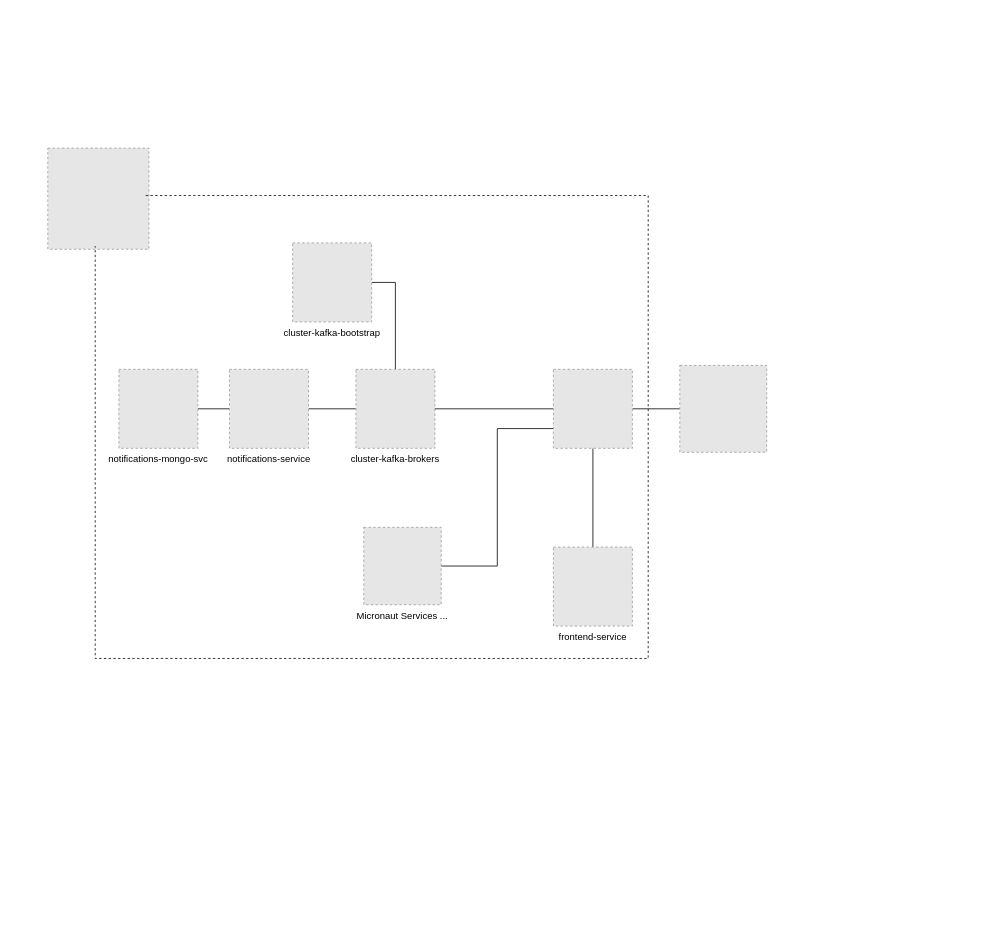
Above: page "Global Structure Service" (3 of 4) of resources/schema.drawio in zucchero-sintattico/piper-kt (draw.io), before the change. Source tidied: cells renumbered, new cells numbered last; positions are measured from the earlier drawing's top-left corner, leaving out a move shared by most shapes. Both pictures are drawn from the tidied source at 79%, with x=0, y=0 at pixel (47, 148). Pictures stored in the file or linked from it are replaced by grey dashed boxes.
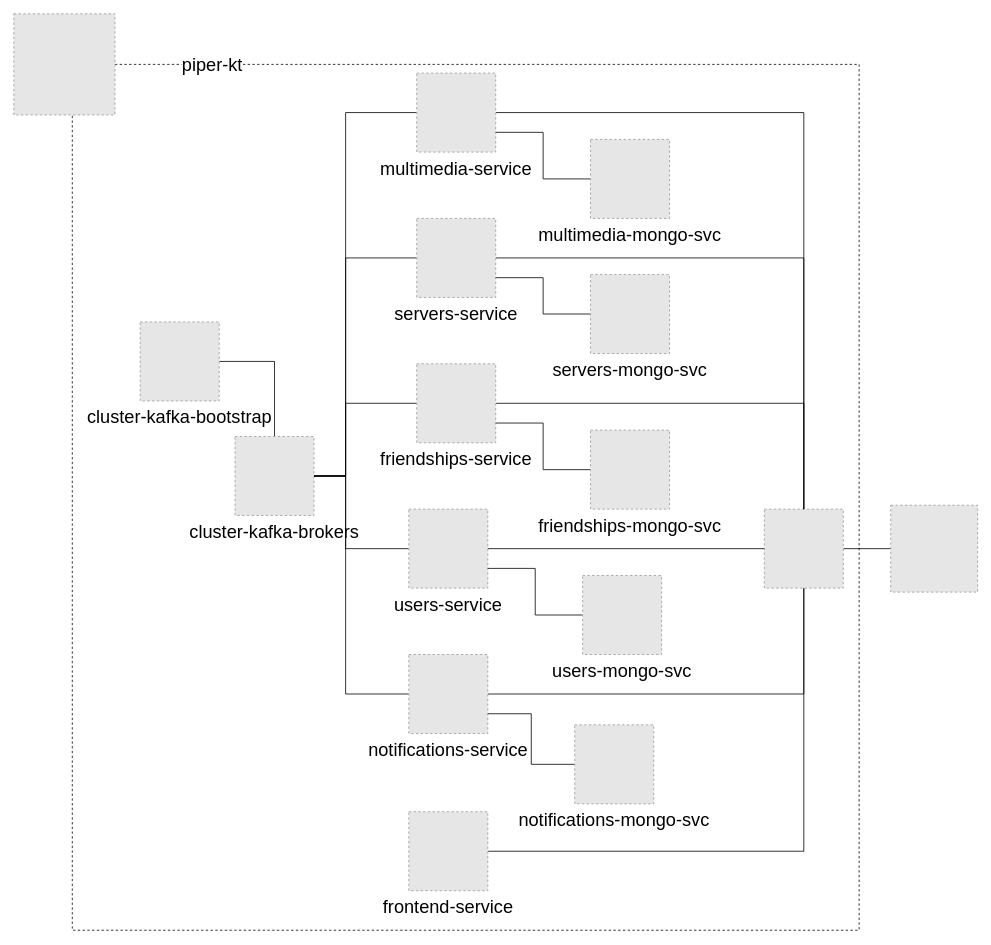
The same diagram, later.

Diff of the diagram source:
```diff
@@
-    <mxCell id="2" style="edgeStyle=orthogonalEdgeStyle;rounded=0;jettySize=auto;html=1;exitX=1;exitY=0.5;exitDx=0;exitDy=0;endArrow=none;endFill=0;" parent="1" edge="1" source="4" target="7">
-      <mxGeometry relative="1" as="geometry" />
+    <mxCell id="2" style="edgeStyle=orthogonalEdgeStyle;rounded=0;jettySize=auto;html=1;exitX=0;exitY=0.5;exitDx=0;exitDy=0;endArrow=none;endFill=0;fontSize=23;" parent="1" edge="1" source="4" target="7">
+      <mxGeometry relative="1" as="geometry">
+        <Array as="points">
+          <mxPoint x="377" y="691" />
+          <mxPoint x="377" y="415" />
+        </Array>
+      </mxGeometry>
     </mxCell>
-    <mxCell id="3" style="edgeStyle=orthogonalEdgeStyle;rounded=0;jettySize=auto;html=1;exitX=0;exitY=0.5;exitDx=0;exitDy=0;entryX=1;entryY=0.5;entryDx=0;entryDy=0;endArrow=none;endFill=0;" parent="1" edge="1" source="4" target="5">
-      <mxGeometry relative="1" as="geometry" />
-    </mxCell>
+    <mxCell id="19" style="edgeStyle=orthogonalEdgeStyle;rounded=0;jettySize=auto;html=1;exitX=1;exitY=0.5;exitDx=0;exitDy=0;endArrow=none;endFill=0;fontSize=23;" parent="1" edge="1" source="4" target="22">
+      <mxGeometry relative="1" as="geometry" />
+    </mxCell>
-    <mxCell id="4" value="notifications-service" style="fillColor=#E6E6E6;strokeColor=#999999;dashed=1;verticalLabelPosition=bottom;verticalAlign=top;" parent="1" vertex="1">
-      <mxGeometry x="230" y="280" width="100" height="100" as="geometry" />
+    <mxCell id="4" value="notifications-service" style="fillColor=#E6E6E6;strokeColor=#999999;dashed=1;verticalLabelPosition=bottom;verticalAlign=top;fontSize=23;" parent="1" vertex="1">
+      <mxGeometry x="457" y="641" width="100" height="100" as="geometry" />
     </mxCell>
+    <mxCell id="20" style="edgeStyle=orthogonalEdgeStyle;rounded=0;jettySize=auto;html=1;exitX=0;exitY=0.5;exitDx=0;exitDy=0;entryX=1;entryY=0.75;entryDx=0;entryDy=0;endArrow=none;endFill=0;" parent="1" edge="1" source="5" target="4">
+      <mxGeometry relative="1" as="geometry" />
+    </mxCell>
-    <mxCell id="5" value="notifications-mongo-svc" style="fillColor=#E6E6E6;strokeColor=#999999;dashed=1;verticalLabelPosition=bottom;verticalAlign=top;" parent="1" vertex="1">
-      <mxGeometry x="90" y="280" width="100" height="100" as="geometry" />
+    <mxCell id="5" value="notifications-mongo-svc" style="fillColor=#E6E6E6;strokeColor=#999999;dashed=1;verticalLabelPosition=bottom;verticalAlign=top;fontSize=23;" parent="1" vertex="1">
+      <mxGeometry x="667" y="730" width="100" height="100" as="geometry" />
     </mxCell>
-    <mxCell id="6" style="edgeStyle=orthogonalEdgeStyle;rounded=0;jettySize=auto;html=1;exitX=0.5;exitY=0;exitDx=0;exitDy=0;entryX=1;entryY=0.5;entryDx=0;entryDy=0;endArrow=none;endFill=0;" parent="1" edge="1" source="7" target="8">
+    <mxCell id="6" style="edgeStyle=orthogonalEdgeStyle;rounded=0;jettySize=auto;html=1;exitX=0.5;exitY=0;exitDx=0;exitDy=0;entryX=1;entryY=0.5;entryDx=0;entryDy=0;endArrow=none;endFill=0;fontSize=23;" parent="1" edge="1" source="7" target="8">
       <mxGeometry relative="1" as="geometry" />
     </mxCell>
-    <mxCell id="7" value="cluster-kafka-brokers" style="fillColor=#E6E6E6;strokeColor=#999999;dashed=1;verticalLabelPosition=bottom;verticalAlign=top;" parent="1" vertex="1">
-      <mxGeometry x="390" y="280" width="100" height="100" as="geometry" />
+    <mxCell id="7" value="cluster-kafka-brokers" style="fillColor=#E6E6E6;strokeColor=#999999;dashed=1;verticalLabelPosition=bottom;verticalAlign=top;fontSize=23;" parent="1" vertex="1">
+      <mxGeometry x="237" y="365" width="100" height="100" as="geometry" />
     </mxCell>
-    <mxCell id="8" value="cluster-kafka-bootstrap" style="fillColor=#E6E6E6;strokeColor=#999999;dashed=1;verticalLabelPosition=bottom;verticalAlign=top;" parent="1" vertex="1">
-      <mxGeometry x="310" y="120" width="100" height="100" as="geometry" />
+    <mxCell id="8" value="cluster-kafka-bootstrap" style="fillColor=#E6E6E6;strokeColor=#999999;dashed=1;verticalLabelPosition=bottom;verticalAlign=top;fontSize=23;" parent="1" vertex="1">
+      <mxGeometry x="117" y="220" width="100" height="100" as="geometry" />
     </mxCell>
-    <mxCell id="9" style="edgeStyle=orthogonalEdgeStyle;rounded=0;jettySize=auto;html=1;exitX=0.5;exitY=1;exitDx=0;exitDy=0;entryX=0.5;entryY=0;entryDx=0;entryDy=0;endArrow=none;endFill=0;" parent="1" edge="1" source="13" target="14">
-      <mxGeometry relative="1" as="geometry" />
-    </mxCell>
-    <mxCell id="10" style="edgeStyle=orthogonalEdgeStyle;rounded=0;jettySize=auto;html=1;exitX=1;exitY=0.5;exitDx=0;exitDy=0;endArrow=none;endFill=0;" parent="1" edge="1" source="13" target="15">
-      <mxGeometry relative="1" as="geometry" />
-    </mxCell>
-    <mxCell id="11" style="edgeStyle=orthogonalEdgeStyle;rounded=0;jettySize=auto;html=1;exitX=0;exitY=0.5;exitDx=0;exitDy=0;entryX=1;entryY=0.5;entryDx=0;entryDy=0;endArrow=none;endFill=0;" parent="1" edge="1" source="13" target="7">
-      <mxGeometry relative="1" as="geometry" />
-    </mxCell>
-    <mxCell id="12" style="edgeStyle=orthogonalEdgeStyle;rounded=0;jettySize=auto;html=1;exitX=0;exitY=0.75;exitDx=0;exitDy=0;entryX=1;entryY=0.5;entryDx=0;entryDy=0;endArrow=none;endFill=0;" parent="1" edge="1" source="13" target="17">
-      <mxGeometry relative="1" as="geometry" />
-    </mxCell>
-    <mxCell id="13" style="fillColor=#E6E6E6;strokeColor=#999999;dashed=1;verticalLabelPosition=bottom;verticalAlign=top;" parent="1" vertex="1">
-      <mxGeometry x="640" y="280" width="100" height="100" as="geometry" />
-    </mxCell>
+    <mxCell id="21" style="edgeStyle=orthogonalEdgeStyle;rounded=0;jettySize=auto;html=1;exitX=1;exitY=0.5;exitDx=0;exitDy=0;endArrow=none;endFill=0;fontSize=23;" parent="1" edge="1" source="22" target="24">
+      <mxGeometry relative="1" as="geometry" />
+    </mxCell>
+    <mxCell id="22" style="fillColor=#E6E6E6;strokeColor=#999999;dashed=1;verticalLabelPosition=bottom;verticalAlign=top;fontSize=23;" parent="1" vertex="1">
+      <mxGeometry x="907" y="457" width="100" height="100" as="geometry" />
+    </mxCell>
+    <mxCell id="23" style="edgeStyle=orthogonalEdgeStyle;rounded=0;jettySize=auto;html=1;exitX=1;exitY=0.5;exitDx=0;exitDy=0;endArrow=none;endFill=0;fontSize=23;" parent="1" edge="1" source="14" target="22">
+      <mxGeometry relative="1" as="geometry" />
+    </mxCell>
-    <mxCell id="14" value="frontend-service" style="fillColor=#E6E6E6;strokeColor=#999999;dashed=1;verticalLabelPosition=bottom;verticalAlign=top;" parent="1" vertex="1">
-      <mxGeometry x="640" y="505" width="100" height="100" as="geometry" />
+    <mxCell id="14" value="frontend-service" style="fillColor=#E6E6E6;strokeColor=#999999;dashed=1;verticalLabelPosition=bottom;verticalAlign=top;fontSize=23;" parent="1" vertex="1">
+      <mxGeometry x="457" y="840" width="100" height="100" as="geometry" />
     </mxCell>
-    <mxCell id="15" style="fillColor=#E6E6E6;strokeColor=#999999;dashed=1;verticalLabelPosition=bottom;verticalAlign=top;" parent="1" vertex="1">
-      <mxGeometry x="800" y="275" width="110" height="110" as="geometry" />
-    </mxCell>
-    <mxCell id="16" style="fillColor=#E6E6E6;strokeColor=#999999;dashed=1;verticalLabelPosition=bottom;verticalAlign=top;" parent="1" vertex="1">
-      <mxGeometry width="128" height="128" as="geometry" />
-    </mxCell>
-    <mxCell id="17" value="Micronaut Services ..." style="fillColor=#E6E6E6;strokeColor=#999999;dashed=1;verticalLabelPosition=bottom;verticalAlign=top;" parent="1" vertex="1">
-      <mxGeometry x="400" y="480" width="98" height="98" as="geometry" />
-    </mxCell>
-    <mxCell id="18" style="edgeStyle=orthogonalEdgeStyle;rounded=0;orthogonalLoop=1;jettySize=auto;html=1;exitX=1;exitY=0.5;exitDx=0;exitDy=0;entryX=0.5;entryY=1;entryDx=0;entryDy=0;dashed=1;endArrow=none;endFill=0;" parent="1" edge="1">
-      <mxGeometry relative="1" as="geometry">
-        <mxPoint x="124" y="60" as="sourcePoint" />
-        <mxPoint x="60" y="124" as="targetPoint" />
-        <Array as="points">
-          <mxPoint x="760" y="60" />
-          <mxPoint x="760" y="646" />
-          <mxPoint x="60" y="646" />
-        </Array>
-      </mxGeometry>
-    </mxCell>
+    <mxCell id="24" style="fillColor=#E6E6E6;strokeColor=#999999;dashed=1;verticalLabelPosition=bottom;verticalAlign=top;fontSize=23;" parent="1" vertex="1">
+      <mxGeometry x="1067" y="452" width="110" height="110" as="geometry" />
+    </mxCell>
+    <mxCell id="25" style="edgeStyle=orthogonalEdgeStyle;rounded=0;orthogonalLoop=1;jettySize=auto;html=1;exitX=1;exitY=0.5;exitDx=0;exitDy=0;dashed=1;endArrow=none;endFill=0;fontSize=23;" parent="1" edge="1" source="27" target="27">
+      <mxGeometry relative="1" as="geometry">
+        <Array as="points">
+          <mxPoint x="1027" y="-106" />
+          <mxPoint x="1027" y="990" />
+          <mxPoint x="31" y="990" />
+        </Array>
+      </mxGeometry>
+    </mxCell>
+    <mxCell id="26" value="piper-kt" style="edgeLabel;html=1;align=center;verticalAlign=middle;fontSize=23;" parent="25" vertex="1">
+      <mxGeometry x="-0.94" relative="1" as="geometry" />
+    </mxCell>
+    <mxCell id="27" style="fillColor=#E6E6E6;strokeColor=#999999;dashed=1;verticalLabelPosition=bottom;verticalAlign=top;fontSize=23;" parent="1" vertex="1">
+      <mxGeometry x="-43" y="-170" width="128" height="128" as="geometry" />
+    </mxCell>
+    <mxCell id="28" style="edgeStyle=orthogonalEdgeStyle;rounded=0;jettySize=auto;html=1;exitX=0;exitY=0.5;exitDx=0;exitDy=0;endArrow=none;endFill=0;fontSize=23;" parent="1" edge="1" source="30" target="7">
+      <mxGeometry relative="1" as="geometry">
+        <Array as="points">
+          <mxPoint x="377" y="-45" />
+          <mxPoint x="377" y="415" />
+        </Array>
+      </mxGeometry>
+    </mxCell>
+    <mxCell id="29" style="edgeStyle=orthogonalEdgeStyle;rounded=0;jettySize=auto;html=1;exitX=1;exitY=0.5;exitDx=0;exitDy=0;endArrow=none;endFill=0;fontSize=23;" parent="1" edge="1" source="30" target="22">
+      <mxGeometry relative="1" as="geometry" />
+    </mxCell>
+    <mxCell id="30" value="multimedia-service" style="fillColor=#E6E6E6;strokeColor=#999999;dashed=1;verticalLabelPosition=bottom;verticalAlign=top;fontSize=23;" parent="1" vertex="1">
+      <mxGeometry x="467" y="-95" width="100" height="100" as="geometry" />
+    </mxCell>
+    <mxCell id="31" style="edgeStyle=orthogonalEdgeStyle;rounded=0;jettySize=auto;html=1;exitX=0;exitY=0.5;exitDx=0;exitDy=0;endArrow=none;endFill=0;fontSize=23;" parent="1" edge="1" source="33" target="7">
+      <mxGeometry relative="1" as="geometry">
+        <Array as="points">
+          <mxPoint x="377" y="139" />
+          <mxPoint x="377" y="415" />
+        </Array>
+      </mxGeometry>
+    </mxCell>
+    <mxCell id="32" style="edgeStyle=orthogonalEdgeStyle;rounded=0;jettySize=auto;html=1;exitX=1;exitY=0.5;exitDx=0;exitDy=0;endArrow=none;endFill=0;fontSize=23;" parent="1" edge="1" source="33" target="22">
+      <mxGeometry relative="1" as="geometry" />
+    </mxCell>
+    <mxCell id="33" value="servers-service" style="fillColor=#E6E6E6;strokeColor=#999999;dashed=1;verticalLabelPosition=bottom;verticalAlign=top;fontSize=23;" parent="1" vertex="1">
+      <mxGeometry x="467" y="89" width="100" height="100" as="geometry" />
+    </mxCell>
+    <mxCell id="34" style="edgeStyle=orthogonalEdgeStyle;rounded=0;jettySize=auto;html=1;exitX=0;exitY=0.5;exitDx=0;exitDy=0;endArrow=none;endFill=0;fontSize=23;" parent="1" edge="1" source="36" target="7">
+      <mxGeometry relative="1" as="geometry">
+        <Array as="points">
+          <mxPoint x="377" y="323" />
+          <mxPoint x="377" y="415" />
+        </Array>
+      </mxGeometry>
+    </mxCell>
+    <mxCell id="35" style="edgeStyle=orthogonalEdgeStyle;rounded=0;jettySize=auto;html=1;exitX=1;exitY=0.5;exitDx=0;exitDy=0;endArrow=none;endFill=0;fontSize=23;" parent="1" edge="1" source="36" target="22">
+      <mxGeometry relative="1" as="geometry" />
+    </mxCell>
+    <mxCell id="36" value="friendships-service" style="fillColor=#E6E6E6;strokeColor=#999999;dashed=1;verticalLabelPosition=bottom;verticalAlign=top;fontSize=23;" parent="1" vertex="1">
+      <mxGeometry x="467" y="273" width="100" height="100" as="geometry" />
+    </mxCell>
+    <mxCell id="37" style="edgeStyle=orthogonalEdgeStyle;rounded=0;jettySize=auto;html=1;exitX=0;exitY=0.5;exitDx=0;exitDy=0;endArrow=none;endFill=0;fontSize=23;" parent="1" edge="1" source="39" target="7">
+      <mxGeometry relative="1" as="geometry">
+        <Array as="points">
+          <mxPoint x="377" y="507" />
+          <mxPoint x="377" y="415" />
+        </Array>
+      </mxGeometry>
+    </mxCell>
+    <mxCell id="38" style="edgeStyle=orthogonalEdgeStyle;rounded=0;jettySize=auto;html=1;exitX=1;exitY=0.5;exitDx=0;exitDy=0;endArrow=none;endFill=0;fontSize=23;" parent="1" edge="1" source="39" target="22">
+      <mxGeometry relative="1" as="geometry" />
+    </mxCell>
+    <mxCell id="39" value="users-service" style="fillColor=#E6E6E6;strokeColor=#999999;dashed=1;verticalLabelPosition=bottom;verticalAlign=top;fontSize=23;" parent="1" vertex="1">
+      <mxGeometry x="457" y="457" width="100" height="100" as="geometry" />
+    </mxCell>
+    <mxCell id="40" style="edgeStyle=orthogonalEdgeStyle;rounded=0;jettySize=auto;html=1;exitX=0;exitY=0.5;exitDx=0;exitDy=0;entryX=1;entryY=0.75;entryDx=0;entryDy=0;endArrow=none;endFill=0;" parent="1" edge="1" source="41" target="30">
+      <mxGeometry relative="1" as="geometry" />
+    </mxCell>
+    <mxCell id="41" value="multimedia-mongo-svc" style="fillColor=#E6E6E6;strokeColor=#999999;dashed=1;verticalLabelPosition=bottom;verticalAlign=top;fontSize=23;" parent="1" vertex="1">
+      <mxGeometry x="687" y="-11" width="100" height="100" as="geometry" />
+    </mxCell>
+    <mxCell id="42" style="edgeStyle=orthogonalEdgeStyle;rounded=0;jettySize=auto;html=1;exitX=0;exitY=0.5;exitDx=0;exitDy=0;entryX=1;entryY=0.75;entryDx=0;entryDy=0;endArrow=none;endFill=0;" parent="1" edge="1" source="43" target="33">
+      <mxGeometry relative="1" as="geometry" />
+    </mxCell>
+    <mxCell id="43" value="servers-mongo-svc" style="fillColor=#E6E6E6;strokeColor=#999999;dashed=1;verticalLabelPosition=bottom;verticalAlign=top;fontSize=23;" parent="1" vertex="1">
+      <mxGeometry x="687" y="160" width="100" height="100" as="geometry" />
+    </mxCell>
+    <mxCell id="44" style="edgeStyle=orthogonalEdgeStyle;rounded=0;jettySize=auto;html=1;exitX=0;exitY=0.5;exitDx=0;exitDy=0;entryX=1;entryY=0.75;entryDx=0;entryDy=0;endArrow=none;endFill=0;" parent="1" edge="1" source="45" target="36">
+      <mxGeometry relative="1" as="geometry" />
+    </mxCell>
+    <mxCell id="45" value="friendships-mongo-svc" style="fillColor=#E6E6E6;strokeColor=#999999;dashed=1;verticalLabelPosition=bottom;verticalAlign=top;fontSize=23;" parent="1" vertex="1">
+      <mxGeometry x="687" y="357" width="100" height="100" as="geometry" />
+    </mxCell>
+    <mxCell id="46" style="edgeStyle=orthogonalEdgeStyle;rounded=0;jettySize=auto;html=1;exitX=0;exitY=0.5;exitDx=0;exitDy=0;entryX=1;entryY=0.75;entryDx=0;entryDy=0;endArrow=none;endFill=0;" parent="1" edge="1" source="47" target="39">
+      <mxGeometry relative="1" as="geometry" />
+    </mxCell>
+    <mxCell id="47" value="users-mongo-svc" style="fillColor=#E6E6E6;strokeColor=#999999;dashed=1;verticalLabelPosition=bottom;verticalAlign=top;fontSize=23;" parent="1" vertex="1">
+      <mxGeometry x="677" y="541" width="100" height="100" as="geometry" />
+    </mxCell>
```
